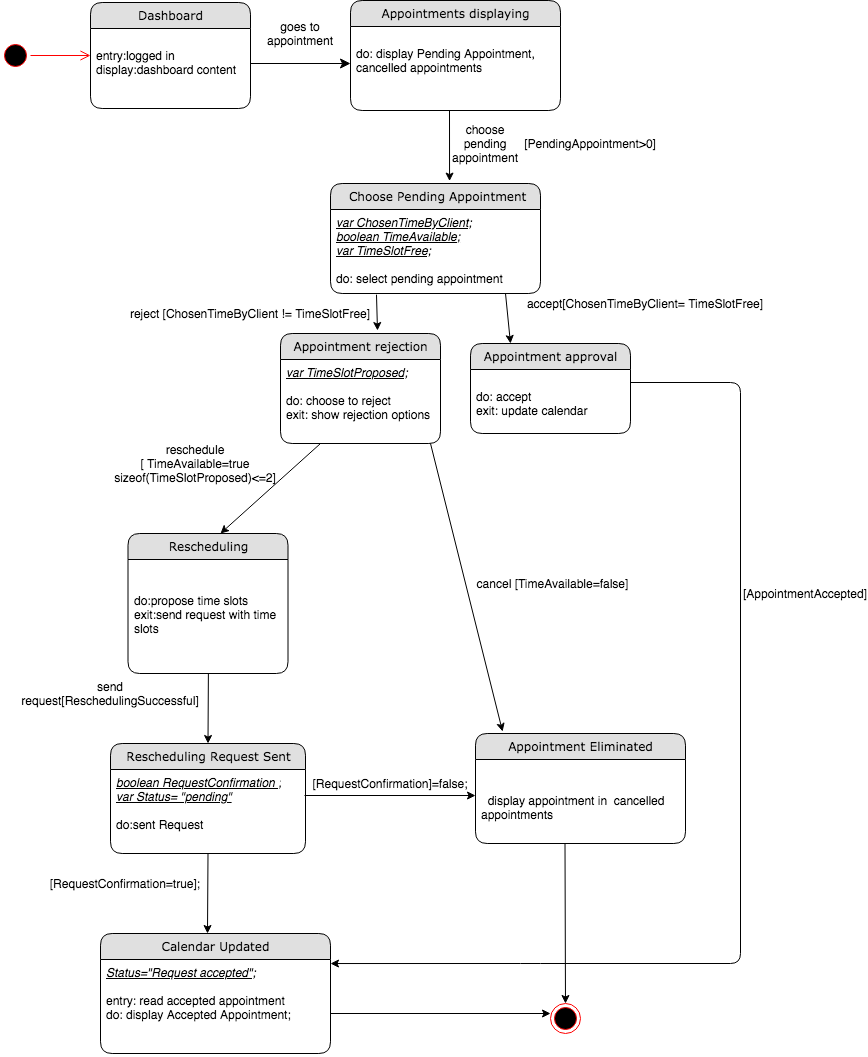
Earlier version of the draw.io export Diagrams/State Chart Diagrams FINAL/ ST_05-06-07  ACCEPT,REJECT,RESCHEDULE APPOINTMENT.png (kkasharaj17/SE-project). Source tidied: cells renumbered, new cells last; positions are measured from the earlier drawing's top-left corner, leaving out a move shared by most shapes.
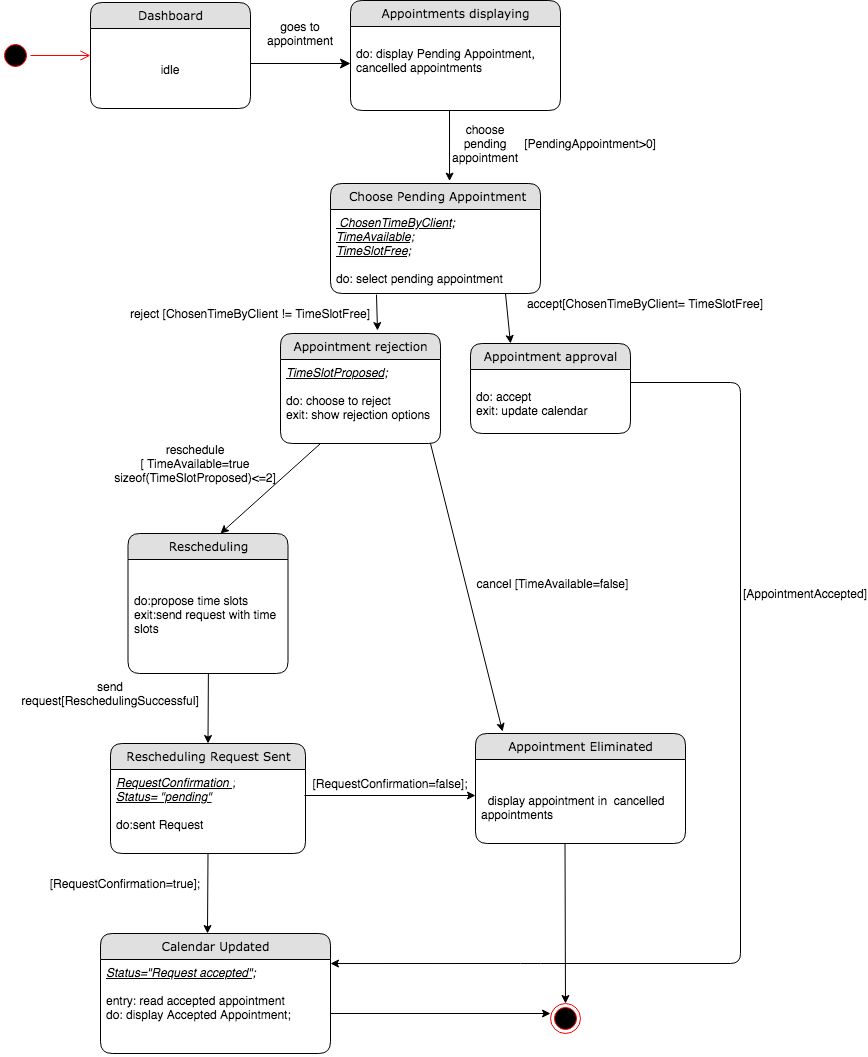
After the commit.

Diff of the diagram source:
```diff
@@ -43,13 +43,13 @@
     <mxCell id="11" value="&amp;nbsp;Choose Pending Appointment" style="swimlane;html=1;fontStyle=0;horizontal=1;startSize=26;fillColor=#e0e0e0;swimlaneFillColor=#ffffff;align=center;rounded=1;shadow=0;comic=0;labelBackgroundColor=none;strokeWidth=1;fontFamily=Verdana;fontSize=12;" parent="1" vertex="1">
       <mxGeometry x="330" y="183" width="210" height="110" as="geometry" />
     </mxCell>
-    <mxCell id="12" value="&lt;i&gt;&lt;u&gt;var ChosenTimeByClient;&lt;br&gt;boolean TimeAvailable;&lt;br&gt;var TimeSlotFree;&lt;/u&gt;&lt;/i&gt;&lt;br&gt;&lt;br&gt;do: select pending appointment" style="text;html=1;strokeColor=none;fillColor=none;spacingLeft=4;spacingRight=4;whiteSpace=wrap;overflow=hidden;points=[[0,0.5],[1,0.5]];portConstraint=eastwest;" parent="11" vertex="1">
+    <mxCell id="12" value="&lt;i&gt;&lt;u&gt;&amp;nbsp;ChosenTimeByClient;&lt;br&gt;TimeAvailable;&lt;br&gt;TimeSlotFree;&lt;/u&gt;&lt;/i&gt;&lt;br&gt;&lt;br&gt;do: select pending appointment" style="text;html=1;strokeColor=none;fillColor=none;spacingLeft=4;spacingRight=4;whiteSpace=wrap;overflow=hidden;points=[[0,0.5],[1,0.5]];portConstraint=eastwest;" parent="11" vertex="1">
       <mxGeometry y="26" width="210" height="84" as="geometry" />
     </mxCell>
     <mxCell id="13" value="Dashboard" style="swimlane;html=1;fontStyle=0;horizontal=1;startSize=26;fillColor=#e0e0e0;swimlaneFillColor=#ffffff;align=center;rounded=1;shadow=0;comic=0;labelBackgroundColor=none;strokeWidth=1;fontFamily=Verdana;fontSize=12;" parent="1" vertex="1">
       <mxGeometry x="90" y="2" width="160" height="106" as="geometry" />
     </mxCell>
-    <mxCell id="14" value="&lt;br&gt;entry:logged in&lt;br&gt;display:dashboard content" style="text;html=1;strokeColor=none;fillColor=none;spacingLeft=4;spacingRight=4;whiteSpace=wrap;overflow=hidden;" parent="13" vertex="1">
+    <mxCell id="14" value="&lt;br&gt;&lt;br&gt;idle" style="text;html=1;strokeColor=none;fillColor=none;spacingLeft=4;spacingRight=4;whiteSpace=wrap;overflow=hidden;align=center;" parent="13" vertex="1">
       <mxGeometry y="26" width="160" height="54" as="geometry" />
     </mxCell>
     <mxCell id="15" style="ellipse;html=1;shape=endState;fillColor=#000000;strokeColor=#ff0000;" parent="1" vertex="1">
@@ -88,7 +88,7 @@
     <mxCell id="23" value="Appointment rejection" style="swimlane;html=1;fontStyle=0;horizontal=1;startSize=26;fillColor=#e0e0e0;swimlaneFillColor=#ffffff;align=center;rounded=1;shadow=0;comic=0;labelBackgroundColor=none;strokeWidth=1;fontFamily=Verdana;fontSize=12;" parent="1" vertex="1">
       <mxGeometry x="280" y="333" width="160" height="110" as="geometry" />
     </mxCell>
-    <mxCell id="24" value="&lt;i&gt;&lt;u&gt;var TimeSlotProposed;&lt;br&gt;&lt;br&gt;&lt;/u&gt;&lt;/i&gt;do: choose to reject&lt;br&gt;exit: show rejection options" style="text;html=1;strokeColor=none;fillColor=none;spacingLeft=4;spacingRight=4;whiteSpace=wrap;overflow=hidden;" parent="23" vertex="1">
+    <mxCell id="24" value="&lt;i&gt;&lt;u&gt;TimeSlotProposed;&lt;br&gt;&lt;br&gt;&lt;/u&gt;&lt;/i&gt;do: choose to reject&lt;br&gt;exit: show rejection options" style="text;html=1;strokeColor=none;fillColor=none;spacingLeft=4;spacingRight=4;whiteSpace=wrap;overflow=hidden;" parent="23" vertex="1">
       <mxGeometry y="26" width="160" height="74" as="geometry" />
     </mxCell>
     <mxCell id="25" value="[PendingAppointment&amp;gt;0]" style="text;html=1;strokeColor=none;fillColor=none;align=center;verticalAlign=middle;whiteSpace=wrap;rounded=0;" parent="1" vertex="1">
@@ -102,10 +102,10 @@
     <mxCell id="27" value="Rescheduling Request Sent" style="swimlane;html=1;fontStyle=0;horizontal=1;startSize=26;fillColor=#e0e0e0;swimlaneFillColor=#ffffff;align=center;rounded=1;shadow=0;comic=0;labelBackgroundColor=none;strokeWidth=1;fontFamily=Verdana;fontSize=12;" parent="1" vertex="1">
       <mxGeometry x="110" y="743" width="195" height="110" as="geometry" />
     </mxCell>
-    <mxCell id="28" value="&lt;i&gt;&lt;u&gt;boolean RequestConfirmation ;&lt;br&gt;var Status= &quot;pending&quot;&lt;/u&gt;&lt;/i&gt;&lt;br&gt;&lt;br&gt;do:sent Request" style="text;html=1;strokeColor=none;fillColor=none;spacingLeft=4;spacingRight=4;whiteSpace=wrap;overflow=hidden;" parent="27" vertex="1">
+    <mxCell id="28" value="&lt;i&gt;&lt;u&gt;RequestConfirmation ;&lt;br&gt;Status= &quot;pending&quot;&lt;/u&gt;&lt;/i&gt;&lt;br&gt;&lt;br&gt;do:sent Request" style="text;html=1;strokeColor=none;fillColor=none;spacingLeft=4;spacingRight=4;whiteSpace=wrap;overflow=hidden;" parent="27" vertex="1">
       <mxGeometry y="26" width="195" height="84" as="geometry" />
     </mxCell>
-    <mxCell id="29" value="[RequestConfirmation]=false;" style="text;html=1;strokeColor=none;fillColor=none;align=center;verticalAlign=middle;whiteSpace=wrap;rounded=0;rotation=0;" parent="1" vertex="1">
+    <mxCell id="29" value="[RequestConfirmation=false];" style="text;html=1;strokeColor=none;fillColor=none;align=center;verticalAlign=middle;whiteSpace=wrap;rounded=0;rotation=0;" parent="1" vertex="1">
       <mxGeometry x="305" y="773" width="170" height="20" as="geometry" />
     </mxCell>
     <mxCell id="30" value="[RequestConfirmation=true];" style="text;html=1;strokeColor=none;fillColor=none;align=center;verticalAlign=middle;whiteSpace=wrap;rounded=0;rotation=0;" parent="1" vertex="1">
```
